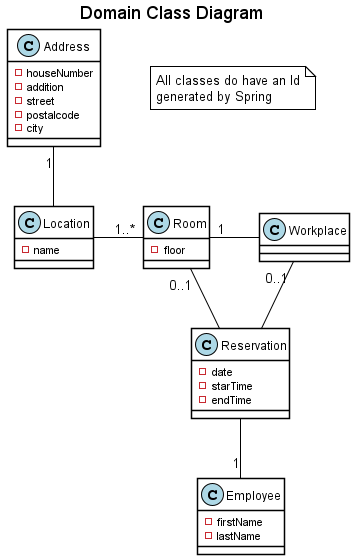
Earlier version of the PlantUML export development/documentation/domain-class-diagram.png (JustMilan/worqplace-backend). The source it was exported from:
```plantuml
@startuml
title Domain Class Diagram

note as note1 #white
All classes do have an Id
generated by Spring
end note

skinparam class {
classAttributeIconSize 0
ArrowColor black
BorderColor black
BackgroundColor white
}

skinparam shadowing false
skinparam stereotypeCBackgroundColor LightBlue
skinparam nodesep 50
skinparam noteBorderColor black

class Address {
- houseNumber
- addition
- street
- postalcode
- city
}

class Location {
- name
}

class Room {
- floor
}

class Workplace {
}

class Reservation {
- date
- starTime
- endTime
}

class Employee {
- firstName
- lastName
}

Address "1" -down- Location
Location -right- "1..*" Room
Room "1" -right- Workplace
Room "0..1" -- Reservation
Workplace "0..1" -- Reservation
Reservation -- "1" Employee

@enduml
```
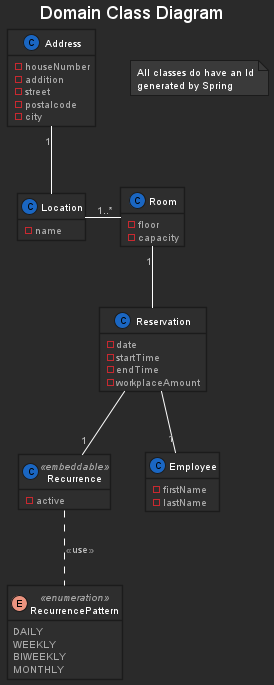
Above is the later version.

Commit message:
implemented requested changes in merge request. Updated plantuml to recent class model

Diff of the diagram source:
```diff
@@ -1,22 +1,14 @@
 @startuml
+!define DEFAULT
+!includeurl https://raw.githubusercontent.com/JustMilan/plantuml-styles/main/style.puml
+hide methods
+
 title Domain Class Diagram
 
-note as note1 #white
+note as note1
 All classes do have an Id
 generated by Spring
 end note
-
-skinparam class {
-classAttributeIconSize 0
-ArrowColor black
-BorderColor black
-BackgroundColor white
-}
-
-skinparam shadowing false
-skinparam stereotypeCBackgroundColor LightBlue
-skinparam nodesep 50
-skinparam noteBorderColor black
 
 class Address {
 - houseNumber
@@ -32,15 +24,25 @@
 
 class Room {
 - floor
-}
-
-class Workplace {
+- capacity
 }
 
 class Reservation {
 - date
-- starTime
+- startTime
 - endTime
+- workplaceAmount
+}
+
+class Recurrence <<embeddable>> {
+- active
+}
+
+enum RecurrencePattern <<enumeration>> {
+DAILY
+WEEKLY
+BIWEEKLY
+MONTHLY
 }
 
 class Employee {
@@ -50,9 +52,9 @@
 
 Address "1" -down- Location
 Location -right- "1..*" Room
-Room "1" -right- Workplace
-Room "0..1" -- Reservation
-Workplace "0..1" -- Reservation
+Room "1" -- Reservation
 Reservation -- "1" Employee
+Reservation --"1" Recurrence
+Recurrence .. RecurrencePattern:<<use>>
 
 @enduml
```
